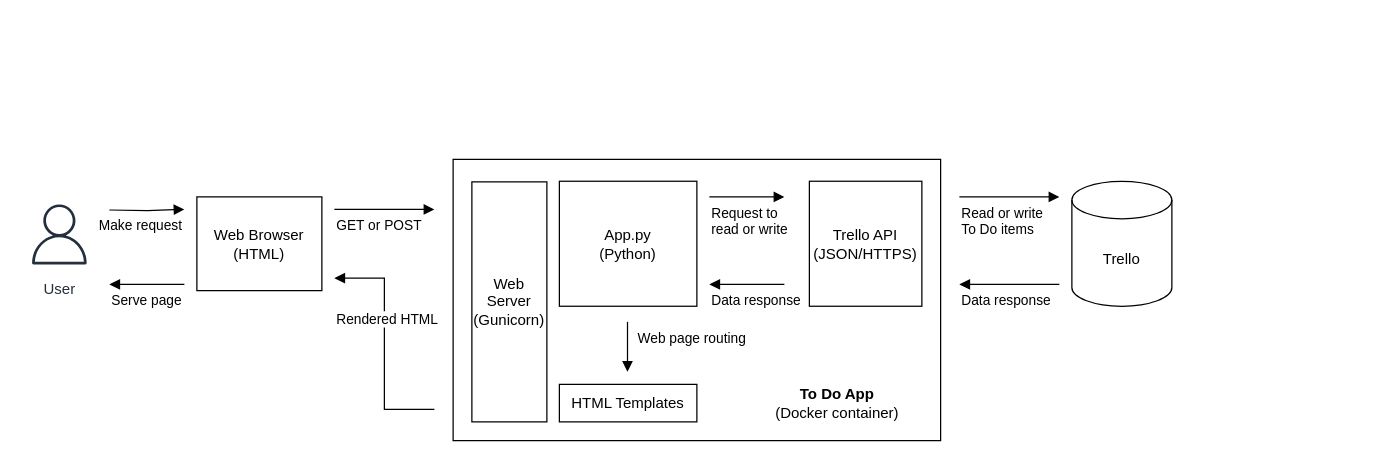
This is Untitled Diagram.drawio from ma7nas/DevOps-Course-Starter, a draw.io file, before an edit. Source tidied: cells renumbered, new cells numbered last; positions are measured from the earlier drawing's top-left corner, leaving out a move shared by most shapes. Both pictures are drawn from the tidied source at 125%, with x=0, y=0 at pixel (21, 159).
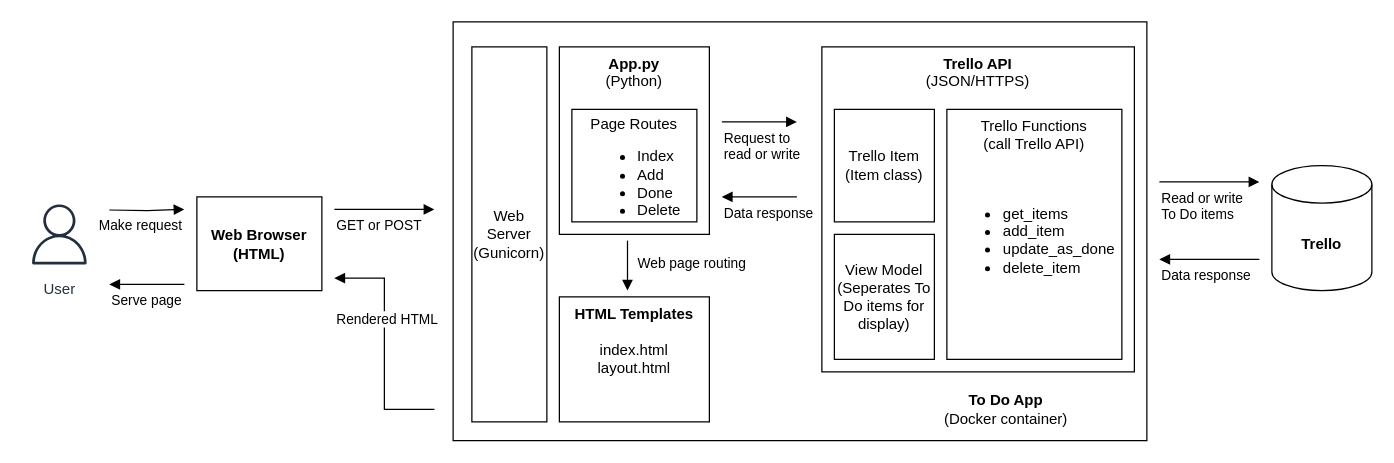
The same page after the edit.

What changed in the source:
```diff
@@
     <mxCell id="2" style="rounded=0;whiteSpace=wrap;html=1;" parent="1" vertex="1">
-      <mxGeometry x="345" width="390" height="225" as="geometry" />
+      <mxGeometry x="345" y="-110" width="555" height="335" as="geometry" />
     </mxCell>
@@
-    <mxCell id="4" value="Trello" style="shape=cylinder3;whiteSpace=wrap;html=1;boundedLbl=1;backgroundOutline=1;size=15;" parent="1" vertex="1">
-      <mxGeometry x="840" y="17.5" width="80" height="100" as="geometry" />
+    <mxCell id="4" value="&lt;b&gt;Trello&lt;/b&gt;" style="shape=cylinder3;whiteSpace=wrap;html=1;boundedLbl=1;backgroundOutline=1;size=15;" parent="1" vertex="1">
+      <mxGeometry x="1000" y="5" width="80" height="100" as="geometry" />
     </mxCell>
-    <mxCell id="5" value="Web Browser (HTML)" style="rounded=0;whiteSpace=wrap;html=1;" parent="1" vertex="1">
+    <mxCell id="5" value="&lt;b&gt;Web Browser (HTML)&lt;/b&gt;" style="rounded=0;whiteSpace=wrap;html=1;" parent="1" vertex="1">
       <mxGeometry x="140" y="30" width="100" height="75" as="geometry" />
     </mxCell>
@@
     <mxCell id="8" value="Read or write&lt;br&gt;To Do items" style="endArrow=block;endFill=1;html=1;edgeStyle=orthogonalEdgeStyle;align=left;verticalAlign=top;rounded=0;" parent="1" edge="1">
       <mxGeometry x="-1" relative="1" as="geometry">
-        <mxPoint x="750" y="30" as="sourcePoint" />
-        <mxPoint x="830" y="30" as="targetPoint" />
+        <mxPoint x="910" y="18" as="sourcePoint" />
+        <mxPoint x="990" y="18" as="targetPoint" />
       </mxGeometry>
     </mxCell>
     <mxCell id="9" value="Data response" style="endArrow=block;endFill=1;html=1;edgeStyle=orthogonalEdgeStyle;align=left;verticalAlign=top;rounded=0;" parent="1" edge="1">
       <mxGeometry x="1" relative="1" as="geometry">
-        <mxPoint x="830" y="100" as="sourcePoint" />
-        <mxPoint x="750" y="100" as="targetPoint" />
+        <mxPoint x="990" y="80" as="sourcePoint" />
+        <mxPoint x="910" y="80" as="targetPoint" />
       </mxGeometry>
     </mxCell>
-    <mxCell id="10" value="HTML Templates" style="rounded=0;whiteSpace=wrap;html=1;" parent="1" vertex="1">
-      <mxGeometry x="430" y="180" width="110" height="30" as="geometry" />
+    <mxCell id="10" value="&lt;b&gt;HTML Templates&lt;br&gt;&lt;/b&gt;&lt;br&gt;index.html&lt;br&gt;layout.html" style="rounded=0;whiteSpace=wrap;html=1;verticalAlign=top;" parent="1" vertex="1">
+      <mxGeometry x="430" y="110" width="120" height="100" as="geometry" />
     </mxCell>
-    <mxCell id="11" value="Trello API&lt;br&gt;(JSON/HTTPS)" style="rounded=0;whiteSpace=wrap;html=1;" parent="1" vertex="1">
-      <mxGeometry x="630" y="17.5" width="90" height="100" as="geometry" />
+    <mxCell id="11" value="&lt;b&gt;Trello API&lt;br&gt;&lt;/b&gt;(JSON/HTTPS)" style="rounded=0;whiteSpace=wrap;html=1;verticalAlign=top;" parent="1" vertex="1">
+      <mxGeometry x="640" y="-90" width="250" height="260" as="geometry" />
     </mxCell>
-    <mxCell id="12" value="App.py&lt;br&gt;(Python)" style="rounded=0;whiteSpace=wrap;html=1;" parent="1" vertex="1">
-      <mxGeometry x="430" y="17.5" width="110" height="100" as="geometry" />
+    <mxCell id="12" value="&lt;b&gt;App.py&lt;br&gt;&lt;/b&gt;(Python)" style="rounded=0;whiteSpace=wrap;html=1;verticalAlign=top;" parent="1" vertex="1">
+      <mxGeometry x="430" y="-90" width="120" height="150" as="geometry" />
     </mxCell>
@@
     <mxCell id="14" value="Request to &lt;br&gt;read or write" style="endArrow=block;endFill=1;html=1;edgeStyle=orthogonalEdgeStyle;align=left;verticalAlign=top;rounded=0;" parent="1" edge="1">
       <mxGeometry x="-1" relative="1" as="geometry">
-        <mxPoint x="550" y="30" as="sourcePoint" />
-        <mxPoint x="610" y="30" as="targetPoint" />
+        <mxPoint x="560" y="-30" as="sourcePoint" />
+        <mxPoint x="620" y="-30" as="targetPoint" />
       </mxGeometry>
     </mxCell>
     <mxCell id="15" value="Data response" style="endArrow=block;endFill=1;html=1;edgeStyle=orthogonalEdgeStyle;align=left;verticalAlign=top;rounded=0;" parent="1" edge="1">
       <mxGeometry x="1" relative="1" as="geometry">
-        <mxPoint x="610" y="100" as="sourcePoint" />
-        <mxPoint x="550" y="100" as="targetPoint" />
+        <mxPoint x="620" y="30" as="sourcePoint" />
+        <mxPoint x="560" y="30" as="targetPoint" />
       </mxGeometry>
     </mxCell>
     <mxCell id="16" value="Web page routing" style="endArrow=block;endFill=1;html=1;edgeStyle=orthogonalEdgeStyle;align=left;verticalAlign=top;rounded=0;" parent="1" edge="1">
-      <mxGeometry x="-1" y="6" relative="1" as="geometry">
-        <mxPoint x="484.5" y="130" as="sourcePoint" />
-        <mxPoint x="484.5" y="170" as="targetPoint" />
+      <mxGeometry x="-0.75" y="6" relative="1" as="geometry">
+        <mxPoint x="484.5" y="65" as="sourcePoint" />
+        <mxPoint x="484.5" y="105" as="targetPoint" />
       </mxGeometry>
     </mxCell>
     <mxCell id="17" value="Web Server&lt;br&gt;(Gunicorn)" style="rounded=0;whiteSpace=wrap;html=1;" parent="1" vertex="1">
-      <mxGeometry x="360" y="18" width="60" height="192" as="geometry" />
+      <mxGeometry x="360" y="-90" width="60" height="300" as="geometry" />
     </mxCell>
     <mxCell id="18" value="&lt;font style=&quot;font-size: 12px;&quot;&gt;To Do App&lt;br&gt;&lt;span style=&quot;font-weight: normal;&quot;&gt;(Docker container)&lt;/span&gt;&lt;br&gt;&lt;/font&gt;" style="text;strokeColor=none;align=center;fillColor=none;html=1;verticalAlign=middle;whiteSpace=wrap;rounded=0;fontStyle=1;" parent="1" vertex="1">
-      <mxGeometry x="600" y="180" width="105" height="30" as="geometry" />
+      <mxGeometry x="735" y="185" width="105" height="30" as="geometry" />
     </mxCell>
@@
+    <mxCell id="20" value="Trello Item&lt;br&gt;(Item class)" style="rounded=0;whiteSpace=wrap;html=1;" parent="1" vertex="1">
+      <mxGeometry x="650" y="-40" width="80" height="90" as="geometry" />
+    </mxCell>
+    <mxCell id="21" value="View Model&lt;br&gt;(Seperates To Do items for display)" style="rounded=0;whiteSpace=wrap;html=1;" parent="1" vertex="1">
+      <mxGeometry x="650" y="60" width="80" height="100" as="geometry" />
+    </mxCell>
+    <mxCell id="22" value="Trello Functions &lt;br&gt;(call Trello API)&lt;br&gt;&lt;br&gt;&lt;br&gt;&lt;div style=&quot;text-align: left;&quot;&gt;&lt;ul&gt;&lt;li&gt;&lt;span style=&quot;background-color: initial;&quot;&gt;get_items&lt;/span&gt;&lt;/li&gt;&lt;li&gt;&lt;span style=&quot;background-color: initial;&quot;&gt;add_item&lt;/span&gt;&lt;/li&gt;&lt;li&gt;&lt;span style=&quot;background-color: initial;&quot;&gt;update_as_done&lt;/span&gt;&lt;/li&gt;&lt;li&gt;&lt;span style=&quot;background-color: initial;&quot;&gt;delete_item&lt;/span&gt;&lt;/li&gt;&lt;/ul&gt;&lt;/div&gt;" style="rounded=0;whiteSpace=wrap;html=1;verticalAlign=top;" parent="1" vertex="1">
+      <mxGeometry x="740" y="-40" width="140" height="200" as="geometry" />
+    </mxCell>
+    <mxCell id="23" value="&lt;br&gt;Page Routes&lt;br&gt;&lt;div style=&quot;text-align: left;&quot;&gt;&lt;ul&gt;&lt;li&gt;&lt;span style=&quot;background-color: initial;&quot;&gt;Index&lt;/span&gt;&lt;/li&gt;&lt;li&gt;&lt;span style=&quot;background-color: initial;&quot;&gt;Add&lt;/span&gt;&lt;/li&gt;&lt;li&gt;&lt;span style=&quot;background-color: initial;&quot;&gt;Done&lt;/span&gt;&lt;/li&gt;&lt;li&gt;&lt;span style=&quot;background-color: initial;&quot;&gt;Delete&lt;/span&gt;&lt;/li&gt;&lt;/ul&gt;&lt;/div&gt;" style="rounded=0;whiteSpace=wrap;html=1;fontSize=12;" parent="1" vertex="1">
+      <mxGeometry x="440" y="-40" width="100" height="90" as="geometry" />
+    </mxCell>
```
